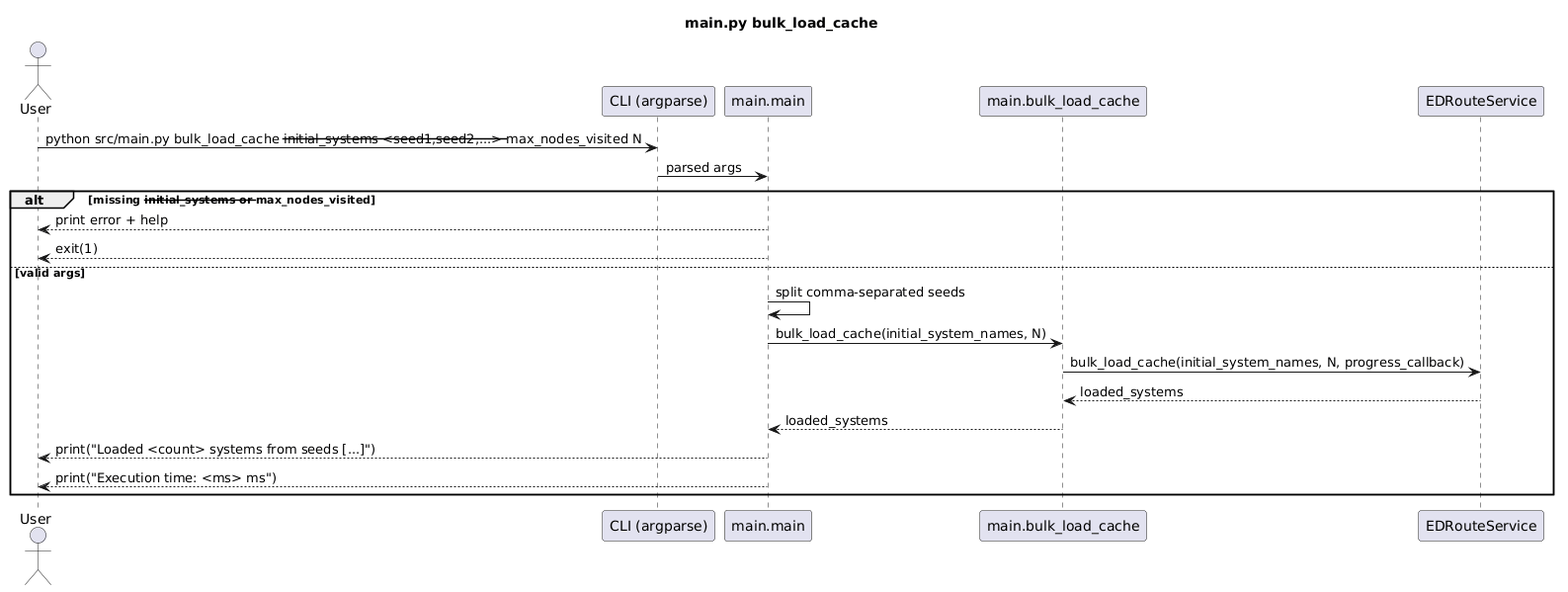
This is docs/main_sequences/main_bulk_load_cache.png from fazleskhan/elite_dangerous_discord_tools, a PlantUML export, as it was before one commit.
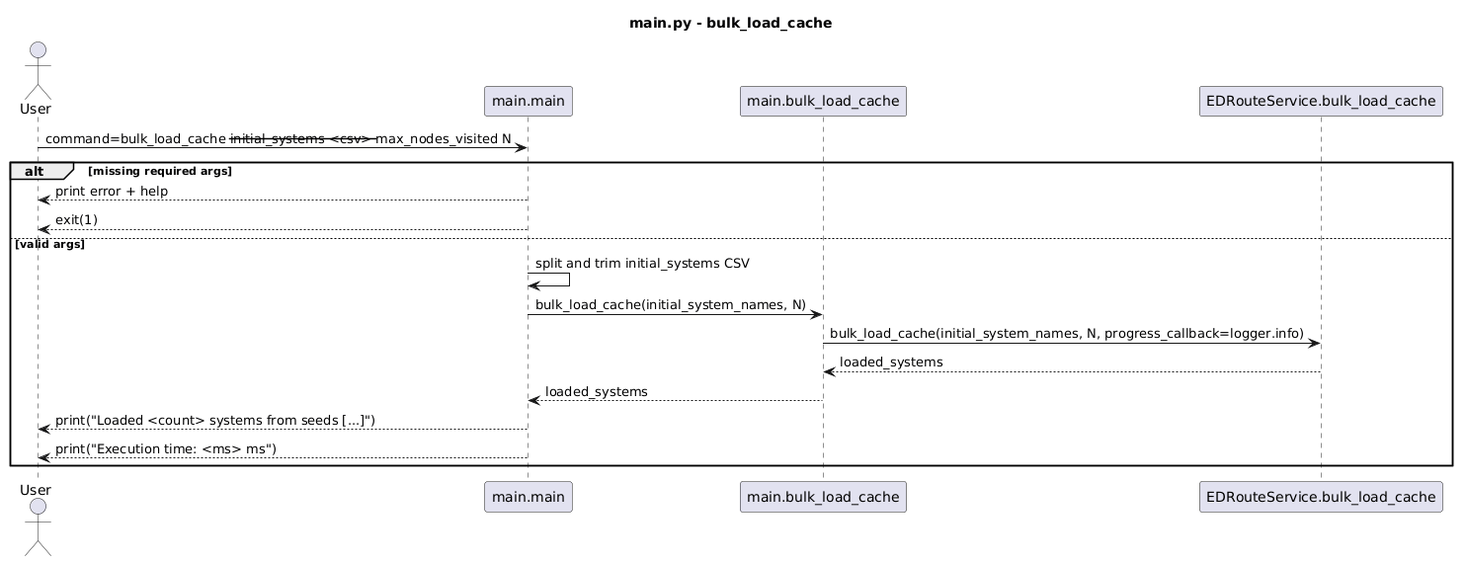
After the change.

The edit, as a diff of the source:
```diff
@@ -1,23 +1,21 @@
 @startuml
-title main.py bulk_load_cache
+title main.py - bulk_load_cache
+
 actor User
-participant "CLI (argparse)" as CLI
 participant "main.main" as Main
-participant "main.bulk_load_cache" as BulkLoad
-participant "EDRouteService" as Route
+participant "main.bulk_load_cache" as Bulk
+participant "EDRouteService.bulk_load_cache" as Route
 
-User -> CLI : python src/main.py bulk_load_cache --initial_systems <seed1,seed2,...> --max_nodes_visited N
-CLI -> Main : parsed args
-
-alt missing --initial_systems or --max_nodes_visited
+User -> Main : command=bulk_load_cache --initial_systems <csv> --max_nodes_visited N
+alt missing required args
   Main --> User : print error + help
   Main --> User : exit(1)
 else valid args
-  Main -> Main : split comma-separated seeds
-  Main -> BulkLoad : bulk_load_cache(initial_system_names, N)
-  BulkLoad -> Route : bulk_load_cache(initial_system_names, N, progress_callback)
-  Route --> BulkLoad : loaded_systems
-  BulkLoad --> Main : loaded_systems
+  Main -> Main : split and trim initial_systems CSV
+  Main -> Bulk : bulk_load_cache(initial_system_names, N)
+  Bulk -> Route : bulk_load_cache(initial_system_names, N, progress_callback=logger.info)
+  Route --> Bulk : loaded_systems
+  Bulk --> Main : loaded_systems
   Main --> User : print("Loaded <count> systems from seeds [...]")
   Main --> User : print("Execution time: <ms> ms")
 end
```
